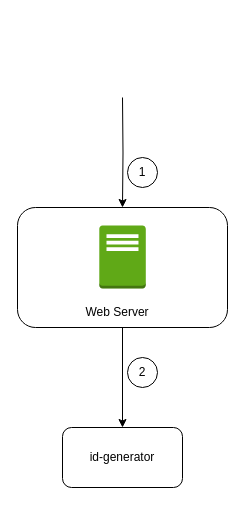
Before: page "Architecture Simple" (3 of 3) of id-generator.drawio in chrix75/id-generator, a draw.io diagram. Source tidied: cells renumbered, new cells numbered last; positions are measured from the earlier drawing's top-left corner, leaving out a move shared by most shapes. Both pictures are drawn from the tidied source at 100%, with x=0, y=0 at pixel (17, 97).
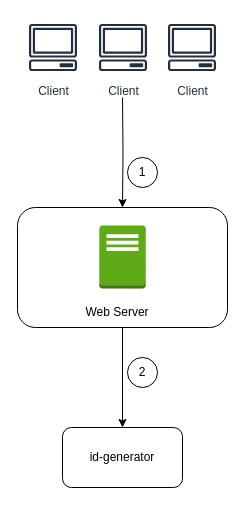
After the change.

What changed in the source:
```diff
@@
 <mxGraphModel>
   <root>
     <mxCell id="0" />
     <mxCell id="1" parent="0" />
     <mxCell id="2" value="id-generator" style="rounded=1;whiteSpace=wrap;html=1;" parent="1" vertex="1">
       <mxGeometry x="45" y="330" width="120" height="60" as="geometry" />
     </mxCell>
     <mxCell id="3" style="edgeStyle=orthogonalEdgeStyle;rounded=0;jettySize=auto;html=1;entryX=0.5;entryY=0;entryDx=0;entryDy=0;exitX=0.5;exitY=1;exitDx=0;exitDy=0;" parent="1" edge="1" target="5">
       <mxGeometry relative="1" as="geometry">
         <mxPoint x="105" as="sourcePoint" />
       </mxGeometry>
     </mxCell>
     <mxCell id="4" style="edgeStyle=orthogonalEdgeStyle;rounded=0;jettySize=auto;html=1;" parent="1" edge="1" source="5" target="2">
       <mxGeometry relative="1" as="geometry" />
     </mxCell>
     <mxCell id="5" style="rounded=1;whiteSpace=wrap;html=1;fillColor=none;" parent="1" vertex="1">
       <mxGeometry y="110" width="210" height="120" as="geometry" />
     </mxCell>
     <mxCell id="6" value="Web Server" style="text;html=1;align=center;verticalAlign=middle;whiteSpace=wrap;rounded=0;fontStyle=0;" parent="1" vertex="1">
       <mxGeometry x="50" y="200" width="100" height="30" as="geometry" />
     </mxCell>
     <mxCell id="7" style="dashed=0;verticalLabelPosition=bottom;verticalAlign=top;align=center;html=1;shape=mxgraph.aws3.traditional_server;fillColor=#60a917;strokeColor=#2D7600;fontColor=#ffffff;" parent="1" vertex="1">
       <mxGeometry x="81.8" y="128" width="46.5" height="63" as="geometry" />
     </mxCell>
     <mxCell id="8" value="1" style="ellipse;whiteSpace=wrap;html=1;" parent="1" vertex="1">
       <mxGeometry x="110" y="60" width="30" height="30" as="geometry" />
     </mxCell>
     <mxCell id="9" value="2" style="ellipse;whiteSpace=wrap;html=1;" parent="1" vertex="1">
       <mxGeometry x="110" y="260" width="30" height="30" as="geometry" />
     </mxCell>
+    <mxCell id="10" style="group;" parent="1" vertex="1">
+      <mxGeometry x="5.5" y="-80" width="199" height="60" as="geometry" />
+    </mxCell>
+    <mxCell id="11" value="Client" style="sketch=0;fontColor=#232F3E;gradientColor=none;strokeColor=#232F3E;fillColor=#ffffff;dashed=0;verticalLabelPosition=bottom;verticalAlign=top;align=center;html=1;fontSize=12;fontStyle=0;shape=mxgraph.aws4.resourceIcon;resIcon=mxgraph.aws4.client;" parent="10" vertex="1">
+      <mxGeometry width="60" height="60" as="geometry" />
+    </mxCell>
+    <mxCell id="12" value="Client" style="sketch=0;fontColor=#232F3E;gradientColor=none;strokeColor=#232F3E;fillColor=#ffffff;dashed=0;verticalLabelPosition=bottom;verticalAlign=top;align=center;html=1;fontSize=12;fontStyle=0;shape=mxgraph.aws4.resourceIcon;resIcon=mxgraph.aws4.client;" parent="10" vertex="1">
+      <mxGeometry x="70" width="60" height="60" as="geometry" />
+    </mxCell>
+    <mxCell id="13" value="Client" style="sketch=0;fontColor=#232F3E;gradientColor=none;strokeColor=#232F3E;fillColor=#ffffff;dashed=0;verticalLabelPosition=bottom;verticalAlign=top;align=center;html=1;fontSize=12;fontStyle=0;shape=mxgraph.aws4.resourceIcon;resIcon=mxgraph.aws4.client;" parent="10" vertex="1">
+      <mxGeometry x="139" width="60" height="60" as="geometry" />
+    </mxCell>
   </root>
 </mxGraphModel>
```
